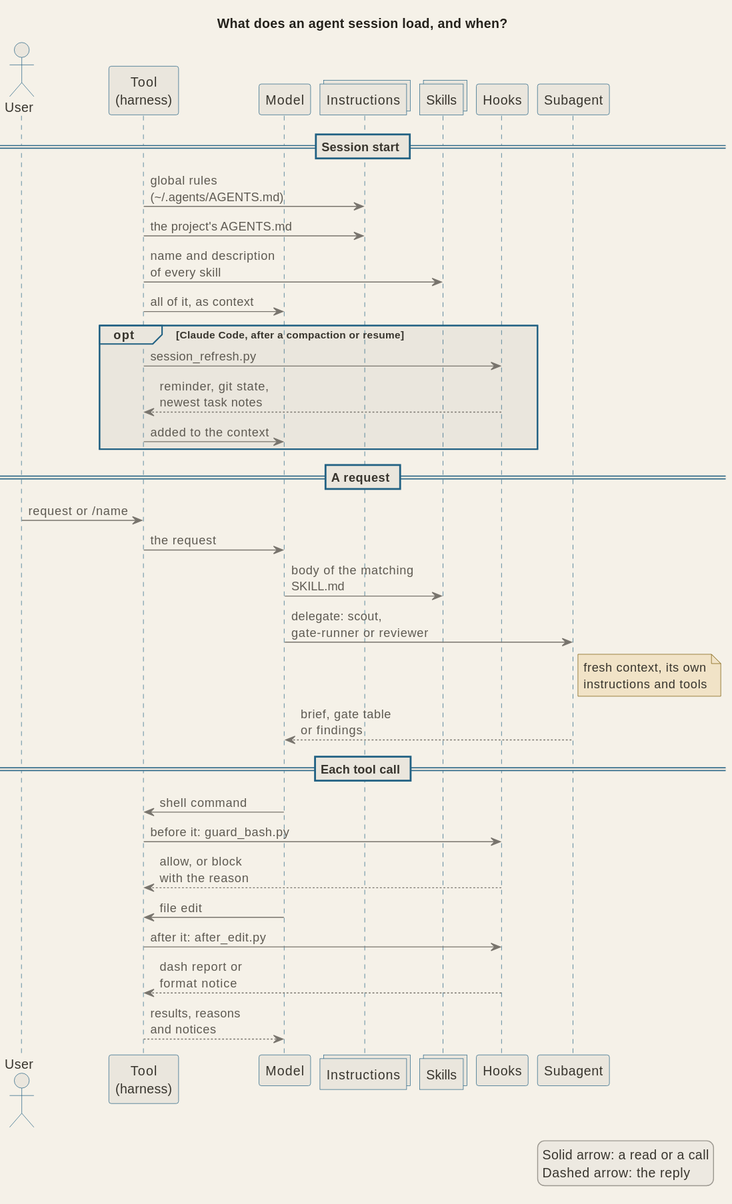
This is docs/diagrams/arch_session.svg from signorenne/dotagents, a PlantUML export, as it was before one commit.
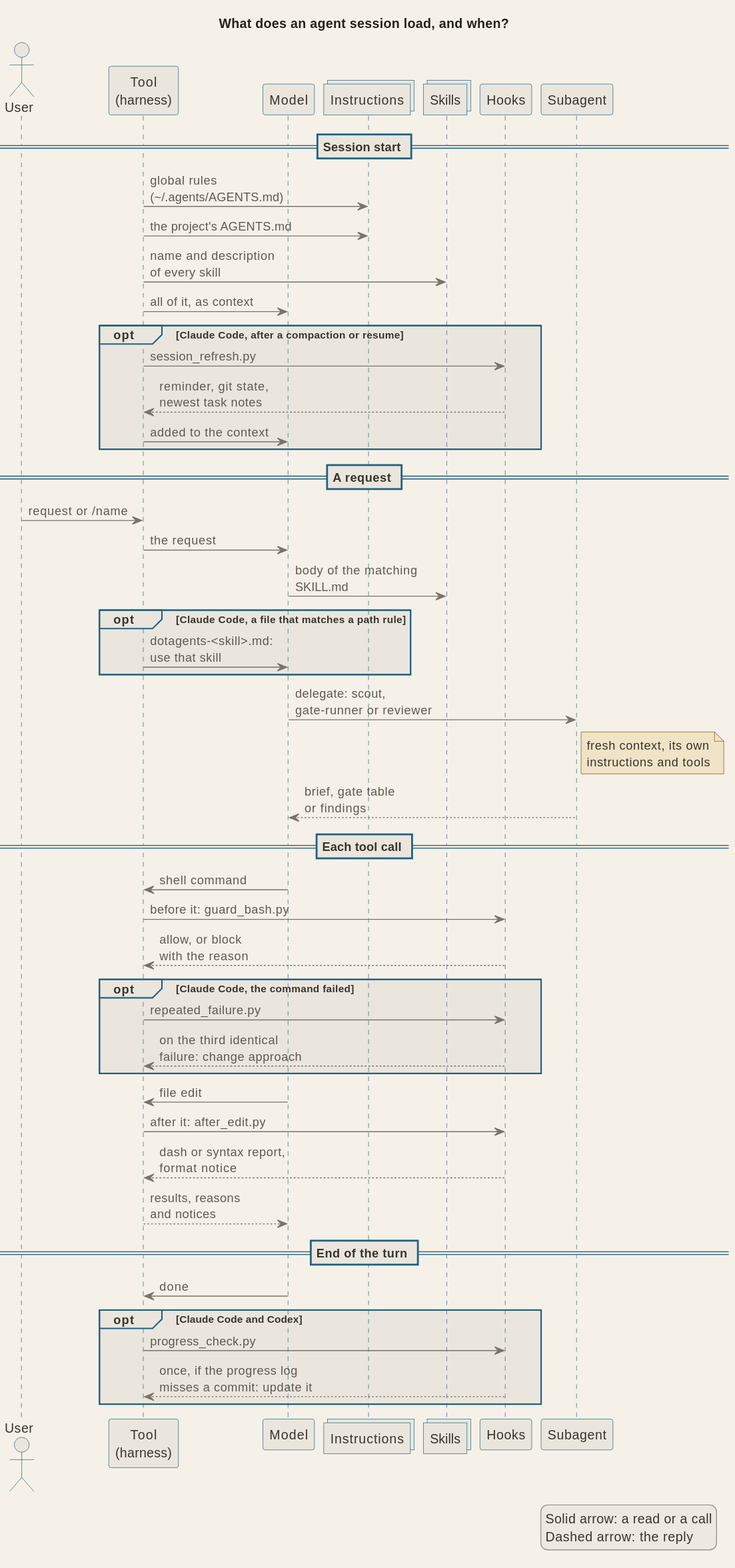
After the commit.

Commit message:
docs(architecture): draw the new hooks, the path rules and the stop check in the diagrams

The edit, as a diff of the source:
```diff
@@ -25,6 +25,9 @@
 user -> tool : request or /name
 tool -> model : the request
 model -> skills : body of the matching\nSKILL.md
+opt Claude Code, a file that matches a path rule
+  tool -> model : dotagents-<skill>.md:\nuse that skill
+end
 model -> sub : delegate: scout,\ngate-runner or reviewer
 note right of sub : fresh context, its own\ninstructions and tools
 sub --> model : brief, gate table\nor findings
@@ -33,10 +36,21 @@
 model -> tool : shell command
 tool -> hooks : before it: guard_bash.py
 hooks --> tool : allow, or block\nwith the reason
+opt Claude Code, the command failed
+  tool -> hooks : repeated_failure.py
+  hooks --> tool : on the third identical\nfailure: change approach
+end
 model -> tool : file edit
 tool -> hooks : after it: after_edit.py
-hooks --> tool : dash report or\nformat notice
+hooks --> tool : dash or syntax report,\nformat notice
 tool --> model : results, reasons\nand notices
+
+== End of the turn ==
+model -> tool : done
+opt Claude Code and Codex
+  tool -> hooks : progress_check.py
+  hooks --> tool : once, if the progress log\nmisses a commit: update it
+end
 
 legend right
   Solid arrow: a read or a call
```
